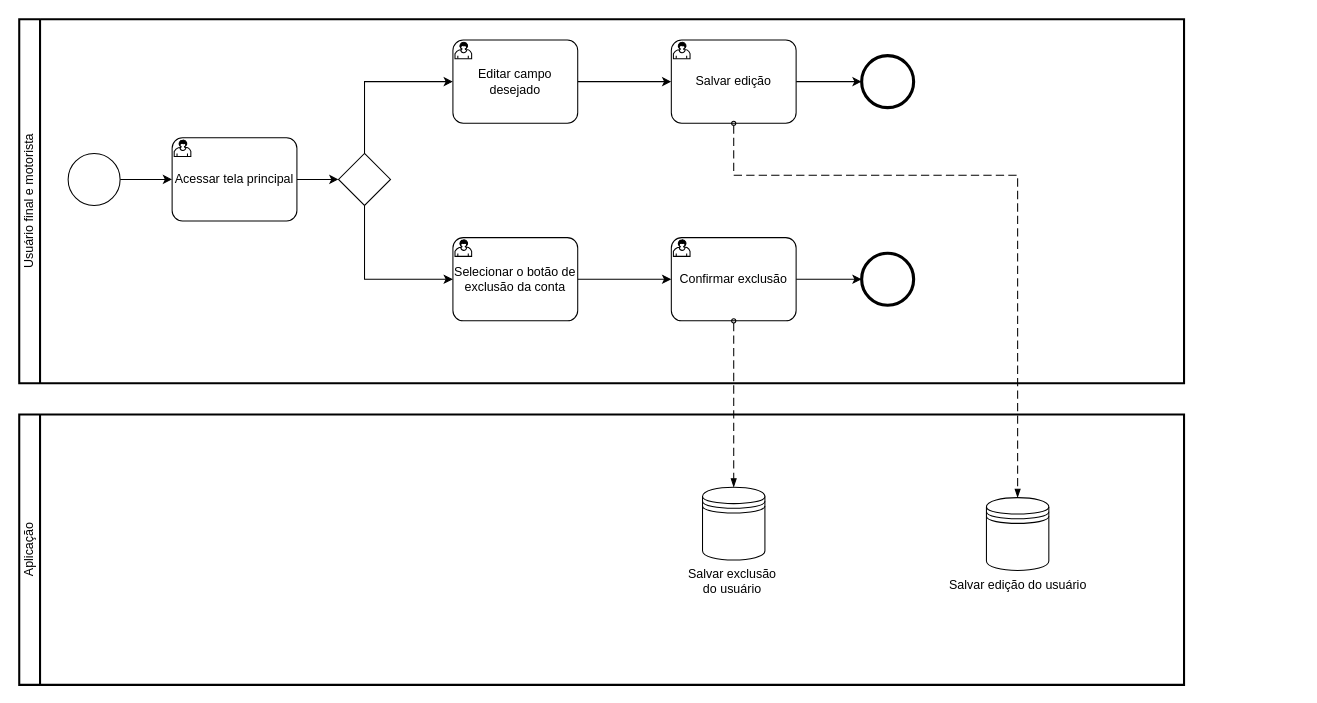
Earlier version of the draw.io diagram page "Editar/ excluir conta" (4 of 8) of Untitled Diagram.drawio (ICEI-PUC-Minas-PMV-ADS/Pet-s-Car). Source tidied: cells renumbered, new cells numbered last; positions are measured from the earlier drawing's top-left corner, leaving out a move shared by most shapes. Both pictures are drawn from the tidied source at 104%, with x=0, y=0 at pixel (19, 19).
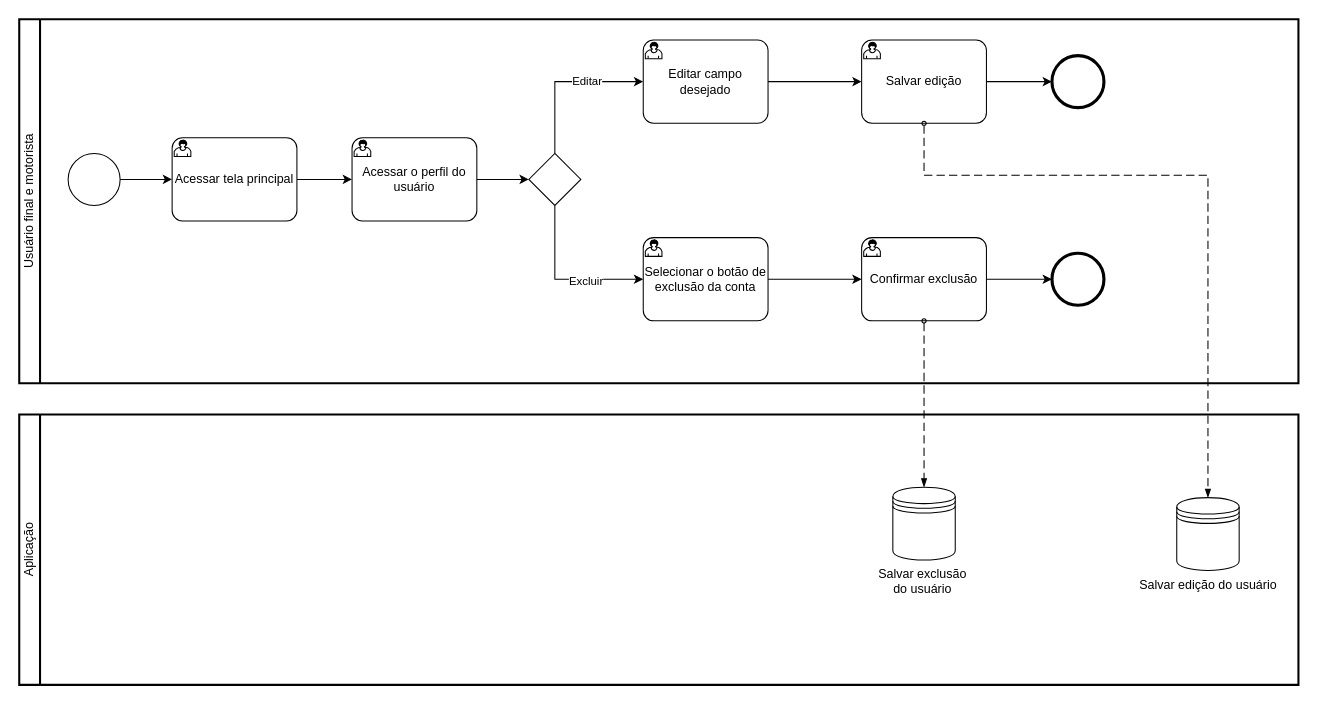
The same page after the edit.

Unchanged cells that the change refers to:
```xml
<mxCell id="6" value="Acessar tela principal" style="points=[[0.25,0,0],[0.5,0,0],[0.75,0,0],[1,0.25,0],[1,0.5,0],[1,0.75,0],[0.75,1,0],[0.5,1,0],[0.25,1,0],[0,0.75,0],[0,0.5,0],[0,0.25,0]];shape=mxgraph.bpmn.task;whiteSpace=wrap;rectStyle=rounded;size=10;html=1;taskMarker=user;" parent="2" vertex="1">
  <mxGeometry x="147" y="114" width="120" height="80" as="geometry" />
</mxCell>
<mxCell id="9" style="edgeStyle=orthogonalEdgeStyle;rounded=0;jettySize=auto;html=1;exitX=0.5;exitY=0;exitDx=0;exitDy=0;exitPerimeter=0;entryX=0;entryY=0.5;entryDx=0;entryDy=0;entryPerimeter=0;" parent="2" edge="1" source="11" target="8">
  <mxGeometry relative="1" as="geometry" />
</mxCell>
<mxCell id="10" style="edgeStyle=orthogonalEdgeStyle;rounded=0;jettySize=auto;html=1;exitX=0.5;exitY=1;exitDx=0;exitDy=0;exitPerimeter=0;entryX=0;entryY=0.5;entryDx=0;entryDy=0;entryPerimeter=0;" parent="2" edge="1" source="11" target="13">
  <mxGeometry relative="1" as="geometry" />
</mxCell>
```

What changed in the source:
```diff
@@
     <mxCell id="2" value="Usuário final e motorista" style="swimlane;html=1;startSize=20;fontStyle=0;horizontal=0;swimlaneLine=1;swimlaneFillColor=#ffffff;strokeWidth=2;whiteSpace=wrap;" parent="1" vertex="1">
-      <mxGeometry width="1120" height="350" as="geometry" />
+      <mxGeometry width="1230" height="350" as="geometry" />
     </mxCell>
@@
-    <mxCell id="5" style="edgeStyle=orthogonalEdgeStyle;rounded=0;jettySize=auto;html=1;exitX=1;exitY=0.5;exitDx=0;exitDy=0;exitPerimeter=0;entryX=0;entryY=0.5;entryDx=0;entryDy=0;entryPerimeter=0;" parent="2" edge="1" source="6" target="11">
+    <mxCell id="5" style="edgeStyle=orthogonalEdgeStyle;rounded=0;jettySize=auto;html=1;exitX=1;exitY=0.5;exitDx=0;exitDy=0;exitPerimeter=0;entryX=0;entryY=0.5;entryDx=0;entryDy=0;entryPerimeter=0;" parent="2" edge="1" source="6" target="28">
       <mxGeometry relative="1" as="geometry" />
     </mxCell>
@@
     <mxCell id="8" value="Editar campo desejado" style="points=[[0.25,0,0],[0.5,0,0],[0.75,0,0],[1,0.25,0],[1,0.5,0],[1,0.75,0],[0.75,1,0],[0.5,1,0],[0.25,1,0],[0,0.75,0],[0,0.5,0],[0,0.25,0]];shape=mxgraph.bpmn.task;whiteSpace=wrap;rectStyle=rounded;size=10;html=1;taskMarker=user;" parent="2" vertex="1">
-      <mxGeometry x="417" y="20" width="120" height="80" as="geometry" />
+      <mxGeometry x="600" y="20" width="120" height="80" as="geometry" />
     </mxCell>
@@
+    <mxCell id="25" value="Editar" style="edgeLabel;html=1;align=center;verticalAlign=middle;" parent="9" vertex="1">
+      <mxGeometry x="0.29" y="1" relative="1" as="geometry" />
+    </mxCell>
@@
+    <mxCell id="26" value="Excluir" style="edgeLabel;html=1;align=center;verticalAlign=middle;" parent="10" vertex="1">
+      <mxGeometry x="0.28" y="-1" relative="1" as="geometry" />
+    </mxCell>
     <mxCell id="11" style="points=[[0.25,0.25,0],[0.5,0,0],[0.75,0.25,0],[1,0.5,0],[0.75,0.75,0],[0.5,1,0],[0.25,0.75,0],[0,0.5,0]];shape=mxgraph.bpmn.gateway2;html=1;verticalLabelPosition=bottom;labelBackgroundColor=#ffffff;verticalAlign=top;align=center;perimeter=rhombusPerimeter;outlineConnect=0;outline=none;symbol=none;" parent="2" vertex="1">
-      <mxGeometry x="307" y="129" width="50" height="50" as="geometry" />
+      <mxGeometry x="490" y="129" width="50" height="50" as="geometry" />
     </mxCell>
@@
     <mxCell id="13" value="Selecionar o botão de exclusão da conta" style="points=[[0.25,0,0],[0.5,0,0],[0.75,0,0],[1,0.25,0],[1,0.5,0],[1,0.75,0],[0.75,1,0],[0.5,1,0],[0.25,1,0],[0,0.75,0],[0,0.5,0],[0,0.25,0]];shape=mxgraph.bpmn.task;whiteSpace=wrap;rectStyle=rounded;size=10;html=1;taskMarker=user;" parent="2" vertex="1">
-      <mxGeometry x="417" y="210" width="120" height="80" as="geometry" />
+      <mxGeometry x="600" y="210" width="120" height="80" as="geometry" />
     </mxCell>
@@
     <mxCell id="15" value="Salvar edição" style="points=[[0.25,0,0],[0.5,0,0],[0.75,0,0],[1,0.25,0],[1,0.5,0],[1,0.75,0],[0.75,1,0],[0.5,1,0],[0.25,1,0],[0,0.75,0],[0,0.5,0],[0,0.25,0]];shape=mxgraph.bpmn.task;whiteSpace=wrap;rectStyle=rounded;size=10;html=1;taskMarker=user;" parent="2" vertex="1">
-      <mxGeometry x="627" y="20" width="120" height="80" as="geometry" />
+      <mxGeometry x="810" y="20" width="120" height="80" as="geometry" />
     </mxCell>
@@
     <mxCell id="17" value="Confirmar exclusão" style="points=[[0.25,0,0],[0.5,0,0],[0.75,0,0],[1,0.25,0],[1,0.5,0],[1,0.75,0],[0.75,1,0],[0.5,1,0],[0.25,1,0],[0,0.75,0],[0,0.5,0],[0,0.25,0]];shape=mxgraph.bpmn.task;whiteSpace=wrap;rectStyle=rounded;size=10;html=1;taskMarker=user;" parent="2" vertex="1">
-      <mxGeometry x="627" y="210" width="120" height="80" as="geometry" />
+      <mxGeometry x="810" y="210" width="120" height="80" as="geometry" />
     </mxCell>
     <mxCell id="18" style="points=[[0.145,0.145,0],[0.5,0,0],[0.855,0.145,0],[1,0.5,0],[0.855,0.855,0],[0.5,1,0],[0.145,0.855,0],[0,0.5,0]];shape=mxgraph.bpmn.event;html=1;verticalLabelPosition=bottom;labelBackgroundColor=#ffffff;verticalAlign=top;align=center;perimeter=ellipsePerimeter;outlineConnect=0;outline=end;symbol=terminate2;" parent="2" vertex="1">
-      <mxGeometry x="810" y="35" width="50" height="50" as="geometry" />
+      <mxGeometry x="993" y="35" width="50" height="50" as="geometry" />
     </mxCell>
     <mxCell id="19" style="points=[[0.145,0.145,0],[0.5,0,0],[0.855,0.145,0],[1,0.5,0],[0.855,0.855,0],[0.5,1,0],[0.145,0.855,0],[0,0.5,0]];shape=mxgraph.bpmn.event;html=1;verticalLabelPosition=bottom;labelBackgroundColor=#ffffff;verticalAlign=top;align=center;perimeter=ellipsePerimeter;outlineConnect=0;outline=end;symbol=terminate2;" parent="2" vertex="1">
-      <mxGeometry x="810" y="225" width="50" height="50" as="geometry" />
+      <mxGeometry x="993" y="225" width="50" height="50" as="geometry" />
     </mxCell>
+    <mxCell id="27" style="edgeStyle=orthogonalEdgeStyle;rounded=0;jettySize=auto;html=1;" parent="2" edge="1" source="28" target="11">
+      <mxGeometry relative="1" as="geometry" />
+    </mxCell>
+    <mxCell id="28" value="Acessar o perfil do usuário" style="points=[[0.25,0,0],[0.5,0,0],[0.75,0,0],[1,0.25,0],[1,0.5,0],[1,0.75,0],[0.75,1,0],[0.5,1,0],[0.25,1,0],[0,0.75,0],[0,0.5,0],[0,0.25,0]];shape=mxgraph.bpmn.task;whiteSpace=wrap;rectStyle=rounded;size=10;html=1;taskMarker=user;" parent="2" vertex="1">
+      <mxGeometry x="320" y="114" width="120" height="80" as="geometry" />
+    </mxCell>
     <mxCell id="20" value="Aplicação" style="swimlane;html=1;startSize=20;fontStyle=0;horizontal=0;swimlaneLine=1;swimlaneFillColor=#ffffff;strokeWidth=2;whiteSpace=wrap;" parent="1" vertex="1">
-      <mxGeometry y="380" width="1120" height="260" as="geometry" />
+      <mxGeometry y="380" width="1230" height="260" as="geometry" />
     </mxCell>
     <mxCell id="21" value="Salvar exclusão&amp;nbsp;&lt;br&gt;do usuário&amp;nbsp;" style="shape=datastore;html=1;labelPosition=center;verticalLabelPosition=bottom;align=center;verticalAlign=top;" parent="20" vertex="1">
-      <mxGeometry x="657" y="70" width="60" height="70" as="geometry" />
+      <mxGeometry x="840" y="70" width="60" height="70" as="geometry" />
     </mxCell>
     <mxCell id="22" value="Salvar edição do usuário" style="shape=datastore;html=1;labelPosition=center;verticalLabelPosition=bottom;align=center;verticalAlign=top;" parent="20" vertex="1">
-      <mxGeometry x="930" y="80" width="60" height="70" as="geometry" />
+      <mxGeometry x="1113" y="80" width="60" height="70" as="geometry" />
     </mxCell>
@@
     <mxCell id="24" style="dashed=1;dashPattern=8 4;endArrow=blockThin;endFill=1;startArrow=oval;startFill=0;endSize=6;startSize=4;html=1;rounded=0;exitX=0.5;exitY=1;exitDx=0;exitDy=0;exitPerimeter=0;entryX=0.5;entryY=0;entryDx=0;entryDy=0;" parent="1" edge="1" source="15" target="22">
       <mxGeometry relative="1" as="geometry">
         <Array as="points">
-          <mxPoint x="687" y="150" />
-          <mxPoint x="960" y="150" />
+          <mxPoint x="870" y="150" />
+          <mxPoint x="1143" y="150" />
         </Array>
       </mxGeometry>
     </mxCell>
```
